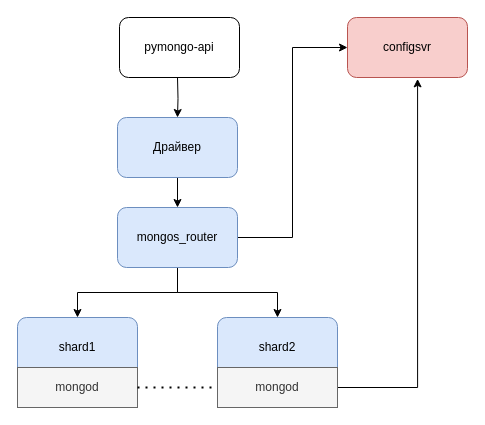
This is page "Схема — 1" (2 of 6) of sprint_2_tasks.drawio from wiky-avis/architecture-sprint-2, a draw.io file, before an edit. Source tidied: cells renumbered, new cells numbered last; positions are measured from the earlier drawing's top-left corner, leaving out a move shared by most shapes. Both pictures are drawn from the tidied source at 100%, with x=0, y=0 at pixel (17, 17).
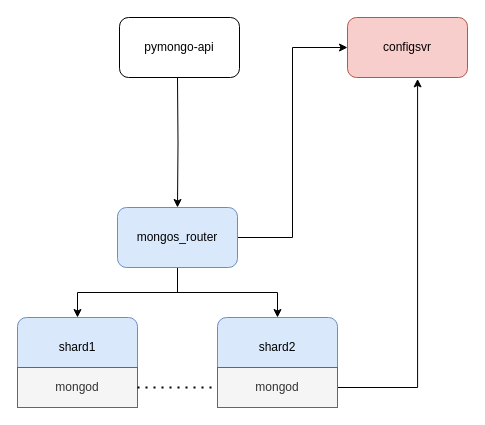
The same page after the edit.

The edit, as a diff of the source:
```diff
@@
 <mxGraphModel>
   <root>
     <mxCell id="0" />
     <mxCell id="1" parent="0" />
-    <mxCell id="2" style="edgeStyle=orthogonalEdgeStyle;rounded=0;jettySize=auto;html=1;exitX=0.5;exitY=1;exitDx=0;exitDy=0;exitPerimeter=0;" parent="1" edge="1" target="5">
+    <mxCell id="2" style="edgeStyle=orthogonalEdgeStyle;rounded=0;jettySize=auto;html=1;exitX=0.5;exitY=1;exitDx=0;exitDy=0;exitPerimeter=0;entryX=0.5;entryY=0;entryDx=0;entryDy=0;" parent="1" edge="1" target="9">
       <mxGeometry relative="1" as="geometry">
         <mxPoint x="160" y="60" as="sourcePoint" />
       </mxGeometry>
     </mxCell>
     <mxCell id="3" value="pymongo-api" style="rounded=1;whiteSpace=wrap;html=1;" parent="1" vertex="1">
       <mxGeometry x="102" width="120" height="60" as="geometry" />
     </mxCell>
-    <mxCell id="4" style="edgeStyle=orthogonalEdgeStyle;rounded=0;jettySize=auto;html=1;exitX=0.5;exitY=1;exitDx=0;exitDy=0;entryX=0.5;entryY=0;entryDx=0;entryDy=0;" parent="1" edge="1" source="5" target="9">
-      <mxGeometry relative="1" as="geometry" />
-    </mxCell>
-    <mxCell id="5" value="Драйвер" style="rounded=1;whiteSpace=wrap;html=1;fillColor=#dae8fc;strokeColor=#6c8ebf;" parent="1" vertex="1">
-      <mxGeometry x="100" y="100" width="120" height="60" as="geometry" />
-    </mxCell>
     <mxCell id="6" style="edgeStyle=orthogonalEdgeStyle;rounded=0;jettySize=auto;html=1;exitX=0.5;exitY=1;exitDx=0;exitDy=0;entryX=0.5;entryY=0;entryDx=0;entryDy=0;" parent="1" edge="1" source="9" target="10">
       <mxGeometry relative="1" as="geometry" />
     </mxCell>
     <mxCell id="7" style="edgeStyle=orthogonalEdgeStyle;rounded=0;jettySize=auto;html=1;entryX=0.5;entryY=0;entryDx=0;entryDy=0;" parent="1" edge="1" source="9" target="11">
       <mxGeometry relative="1" as="geometry" />
     </mxCell>
     <mxCell id="8" style="edgeStyle=orthogonalEdgeStyle;rounded=0;jettySize=auto;html=1;exitX=1;exitY=0.5;exitDx=0;exitDy=0;entryX=0;entryY=0.5;entryDx=0;entryDy=0;" parent="1" edge="1" source="9" target="15">
       <mxGeometry relative="1" as="geometry" />
     </mxCell>
     <mxCell id="9" value="mongos_router" style="rounded=1;whiteSpace=wrap;html=1;fillColor=#dae8fc;strokeColor=#6c8ebf;" parent="1" vertex="1">
       <mxGeometry x="100" y="190" width="120" height="60" as="geometry" />
     </mxCell>
     <mxCell id="10" value="shard1" style="rounded=1;whiteSpace=wrap;html=1;fillColor=#dae8fc;strokeColor=#6c8ebf;" parent="1" vertex="1">
       <mxGeometry y="300" width="120" height="60" as="geometry" />
     </mxCell>
     <mxCell id="11" value="shard2" style="rounded=1;whiteSpace=wrap;html=1;fillColor=#dae8fc;strokeColor=#6c8ebf;" parent="1" vertex="1">
       <mxGeometry x="200" y="300" width="120" height="60" as="geometry" />
     </mxCell>
     <mxCell id="12" value="mongod" style="rounded=0;whiteSpace=wrap;html=1;fillColor=#f5f5f5;fontColor=#333333;strokeColor=#666666;" parent="1" vertex="1">
       <mxGeometry y="350" width="120" height="40" as="geometry" />
     </mxCell>
     <mxCell id="13" style="edgeStyle=orthogonalEdgeStyle;rounded=0;jettySize=auto;html=1;exitX=1;exitY=0.5;exitDx=0;exitDy=0;entryX=0.584;entryY=1.023;entryDx=0;entryDy=0;entryPerimeter=0;" parent="1" edge="1" source="14" target="15">
       <mxGeometry relative="1" as="geometry" />
     </mxCell>
     <mxCell id="14" value="mongod" style="rounded=0;whiteSpace=wrap;html=1;fillColor=#f5f5f5;fontColor=#333333;strokeColor=#666666;" parent="1" vertex="1">
       <mxGeometry x="200" y="350" width="120" height="40" as="geometry" />
     </mxCell>
     <mxCell id="15" value="configsvr" style="rounded=1;whiteSpace=wrap;html=1;fillColor=#f8cecc;strokeColor=#b85450;" parent="1" vertex="1">
       <mxGeometry x="330" width="120" height="60" as="geometry" />
     </mxCell>
     <mxCell id="16" style="endArrow=none;dashed=1;html=1;dashPattern=1 3;strokeWidth=2;rounded=0;exitX=1;exitY=0.5;exitDx=0;exitDy=0;entryX=0;entryY=0.5;entryDx=0;entryDy=0;" parent="1" edge="1" source="12" target="14">
       <mxGeometry relative="1" as="geometry" />
     </mxCell>
   </root>
 </mxGraphModel>
```
